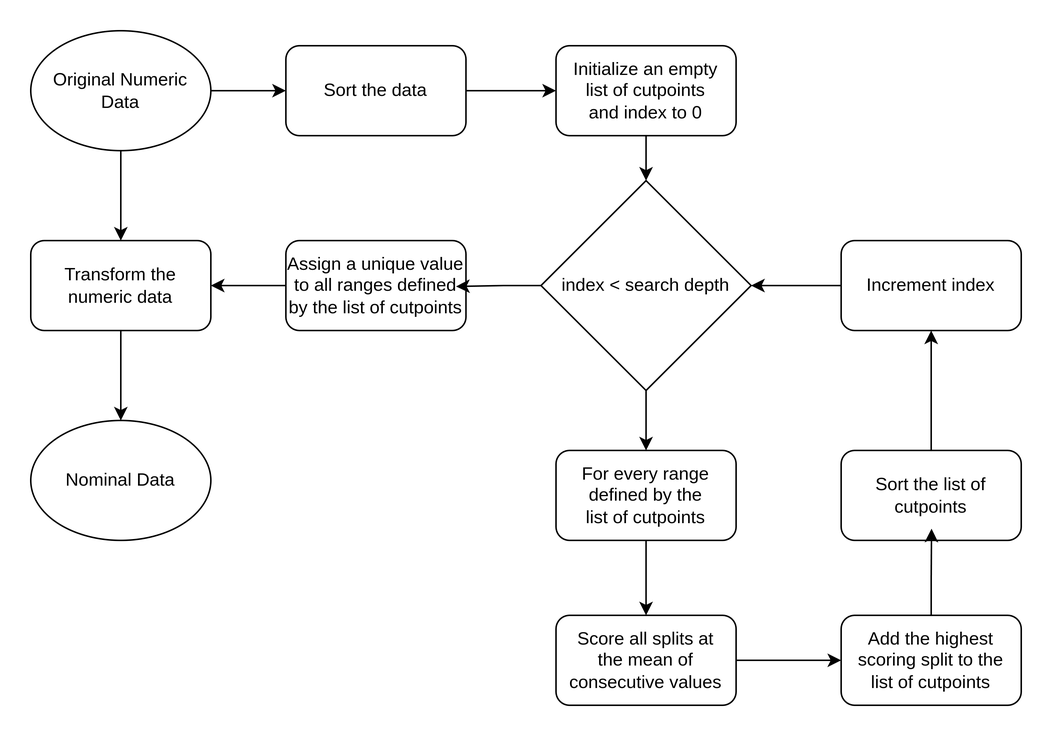
Above: Binning.drawio.png in Bha-Gu/Paper (draw.io), before the change. Source tidied: cells renumbered, new cells last; positions are measured from the earlier drawing's top-left corner, leaving out a move shared by most shapes.
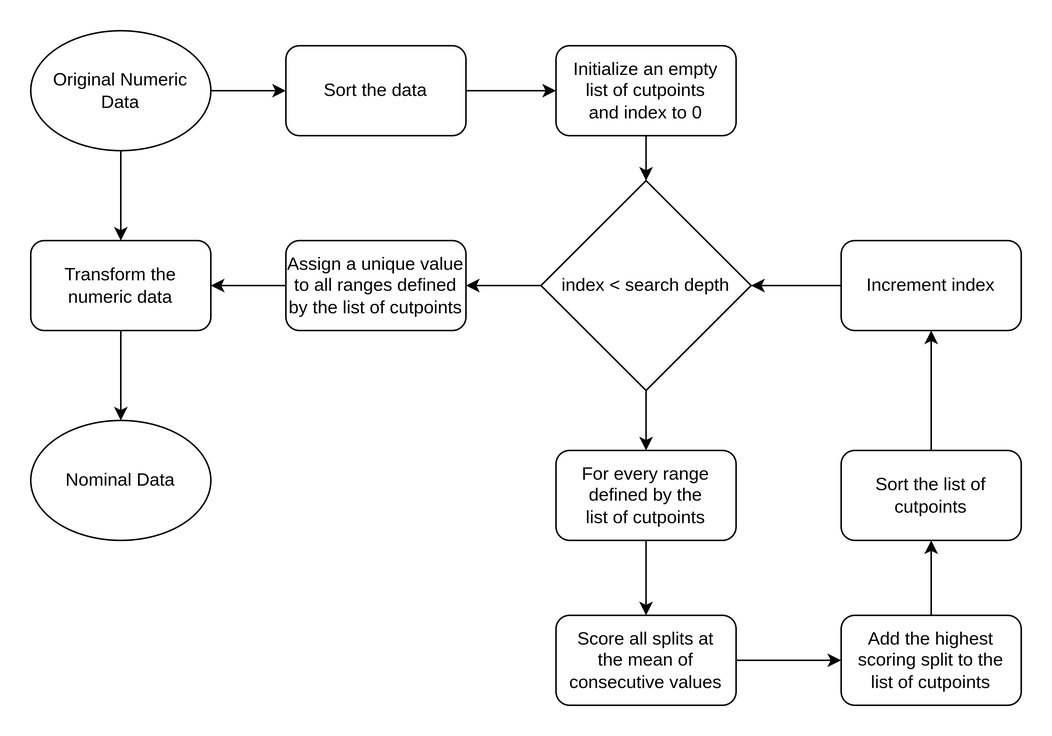
After the change.

Change to the diagram source:
```diff
@@ -71,10 +71,12 @@
     <mxCell id="24" value="Nominal Data" style="ellipse;whiteSpace=wrap;html=1;" parent="1" vertex="1">
       <mxGeometry y="260" width="120" height="80" as="geometry" />
     </mxCell>
-    <mxCell id="25" style="edgeStyle=orthogonalEdgeStyle;rounded=0;jettySize=auto;html=1;entryX=0.502;entryY=0.87;entryDx=0;entryDy=0;entryPerimeter=0;" parent="1" edge="1" source="19" target="23">
-      <mxGeometry relative="1" as="geometry" />
+    <mxCell id="25" style="edgeStyle=orthogonalEdgeStyle;rounded=0;jettySize=auto;html=1;" parent="1" edge="1" source="19">
+      <mxGeometry relative="1" as="geometry">
+        <mxPoint x="600" y="340" as="targetPoint" />
+      </mxGeometry>
     </mxCell>
-    <mxCell id="26" style="edgeStyle=orthogonalEdgeStyle;rounded=0;jettySize=auto;html=1;entryX=0.945;entryY=0.51;entryDx=0;entryDy=0;entryPerimeter=0;" parent="1" edge="1" source="8" target="14">
+    <mxCell id="26" style="edgeStyle=orthogonalEdgeStyle;rounded=0;jettySize=auto;html=1;entryX=1;entryY=0.5;entryDx=0;entryDy=0;" parent="1" edge="1" source="8" target="14">
       <mxGeometry relative="1" as="geometry" />
     </mxCell>
   </root>
```
